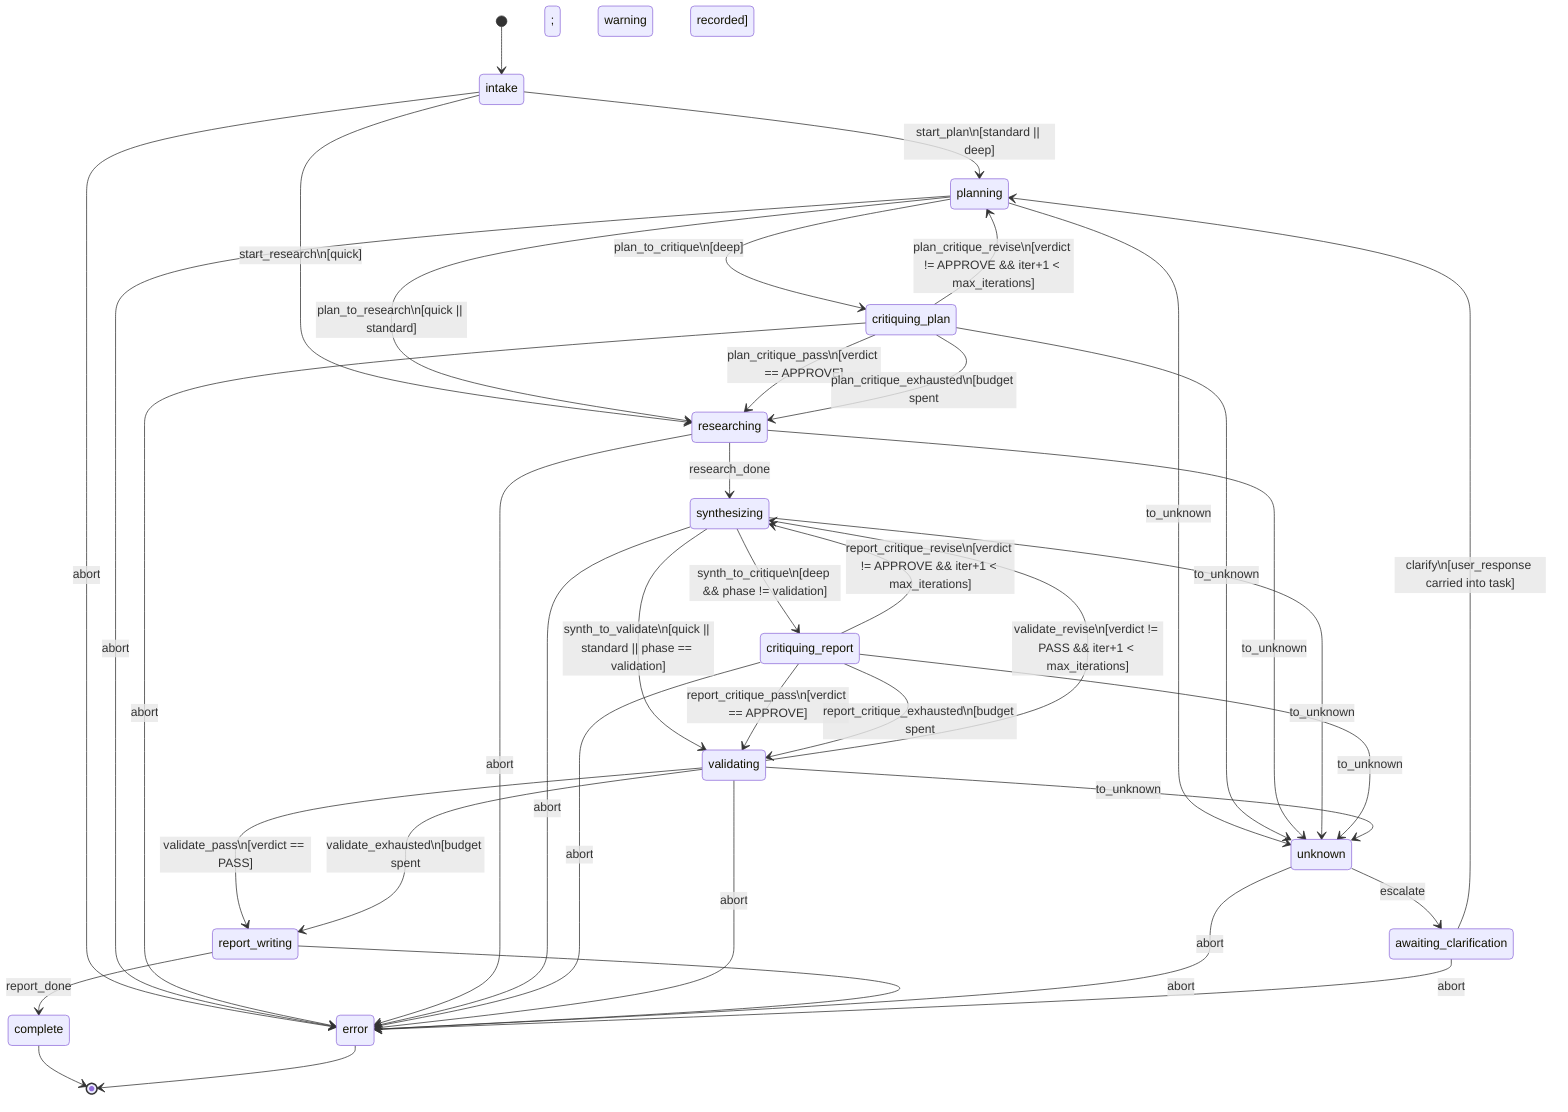
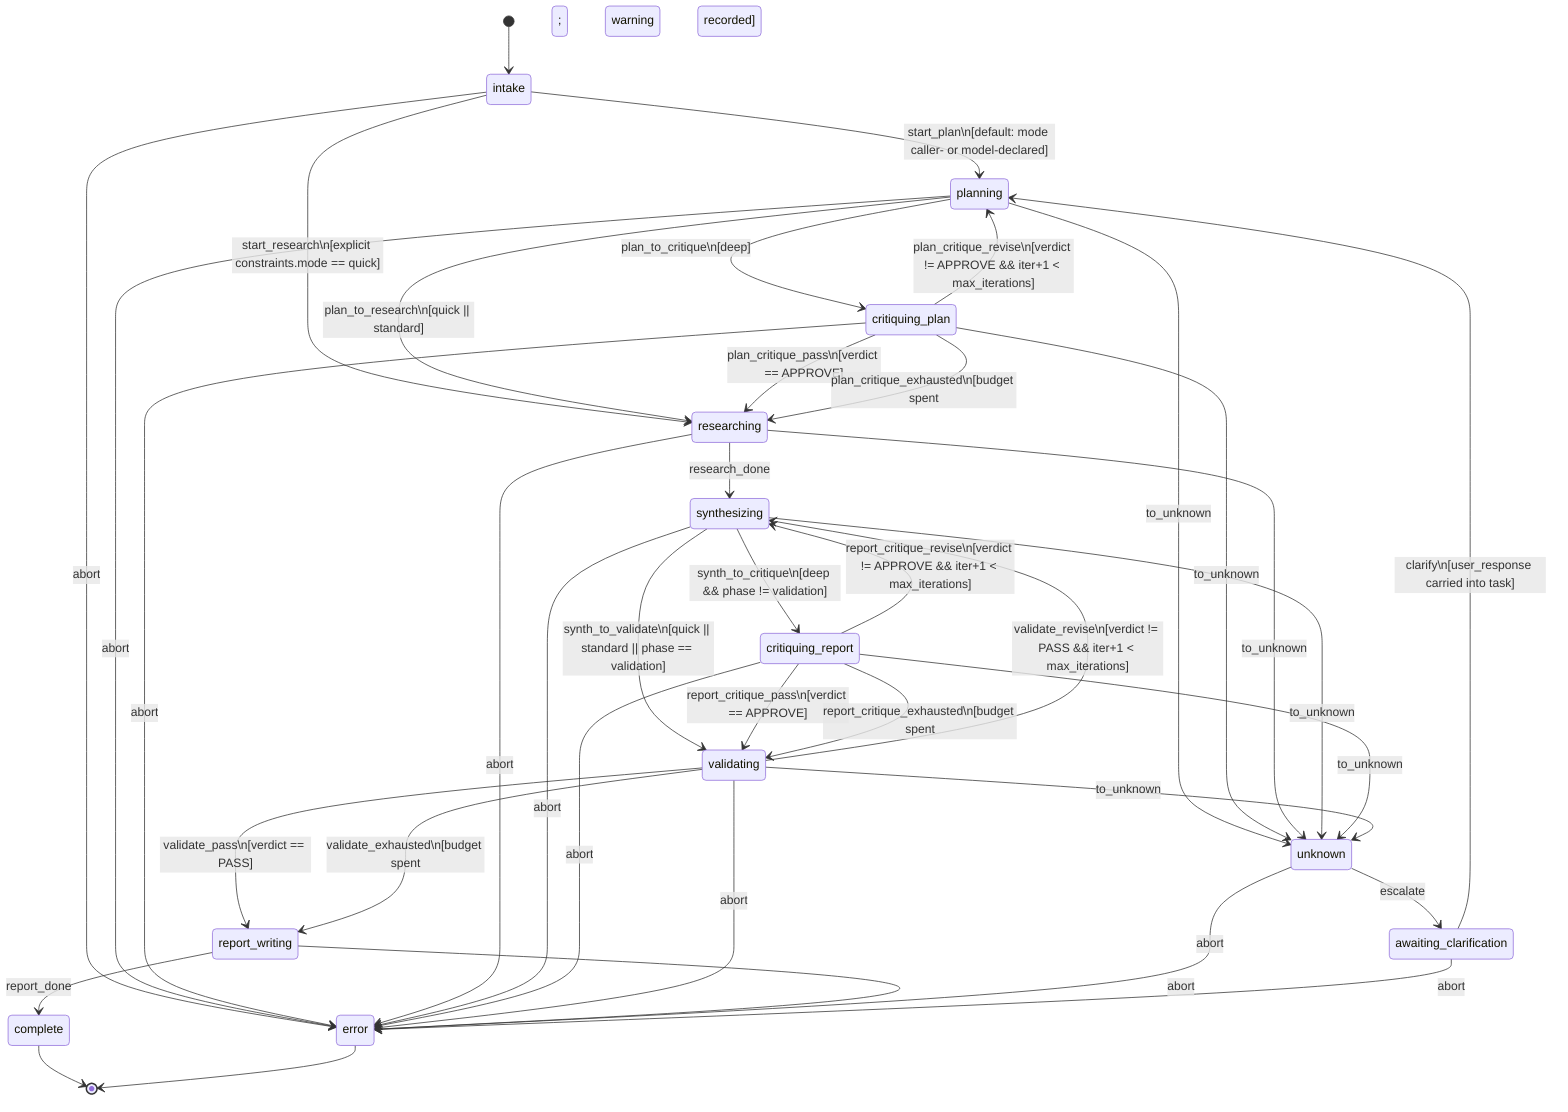
%% ============================================================================
%% research skill — FSM (edge-for-edge with ResearchPlaybook / ResearchMachine)
%% apps/orchestration/src/orchestration/playbooks/research.py
%% ============================================================================
- %% One machine serves all three modes (quick / standard / deep); the mode is
- %% detected at intake (detect_mode) or forced by constraints.mode and selects
- %% the edges. State lives in the durable SQLite checkpointer keyed by run_id.
+ %% One machine serves all three modes (quick / standard / deep). The mode is
+ %% caller-declared (constraints.mode) or MODEL-declared by piper in its plan
+ %% SUMMARY (the keyword detect_mode router was deleted); only an explicit caller
+ %% quick takes the single-agent fast-path. State lives in the durable SQLite
+ %% checkpointer keyed by run_id.
%%
%% READING NOTES:
%%   * Multiple guarded arrows from ONE state are MUTUALLY EXCLUSIVE (XOR).
%%   * [quick]/[standard]/[deep] on an edge = a mode guard.
%%   * Both critique loops AND the validation loop are BOUNDED by ctx.max_iterations;
%%     on exhaustion the run proceeds honestly with a recorded warning (never
%%     force-approves / never ships unverified claims as verified).
- %%   * researching is a SINGLE echo agent researching ALL sub-queries (no fan-out).
- %%   * validating (vera) is an independent, evidence-based citation-grounding gate
- %%     that runs in ALL modes before report_writing (distinct from carren's
- %%     subjective report critique); a FAIL loops back to synthesizing to re-ground.
+ %%   * researching is a DYNAMIC FAN (arrangement 4): route_after('planning') emits
+ %%     one read-only echo branch per sub-query into ctx.extras['dynamic_branches'],
+ %%     bounded by constraints.max_fan_width (default 8); the explicit-quick
+ %%     fast-path stays a single echo agent via the primitive fallback.
+ %%   * critiquing_* (carren) and validating (vera) are EVIDENCE-GATED (Rec 4): the
+ %%     contract rejects a verdict with no captured evidence.
+ %%   * validating (vera) is an independent citation-grounding gate that runs in ALL
+ %%     modes before report_writing; a FAIL loops back to synthesizing to re-ground.
%%   * to_unknown fires when progress_check returns a reason (needs_clarification,
%%     *_complete=false, a stalled critique, or a stalled validation); it is
%%     available only from the ESCALATABLE_STATES (report_writing does NOT escalate).
%% ============================================================================
stateDiagram-v2
    [*] --> intake

-     %% intake: initial_transition picks mode; empty goal raises (abort → error)
-     intake --> planning : start_plan\n[standard || deep]
-     intake --> researching : start_research\n[quick]
+     %% intake: caller mode or planning-for-model-to-declare; empty goal aborts.
+     intake --> planning : start_plan\n[default: mode caller- or model-declared]
+     intake --> researching : start_research\n[explicit constraints.mode == quick]

    %% planning (piper) — decompose into sub-queries; deep adds a critique gate
    planning --> critiquing_plan : plan_to_critique\n[deep]
    planning --> researching : plan_to_research\n[quick || standard]

    %% critiquing_plan (carren, deep only) — bounded revise loop
    critiquing_plan --> researching : plan_critique_pass\n[verdict == APPROVE]
    critiquing_plan --> planning : plan_critique_revise\n[verdict != APPROVE && iter+1 < max_iterations]
    critiquing_plan --> researching : plan_critique_exhausted\n[budget spent; warning recorded]

-     %% researching (echo, single agent, ALL sub-queries)
+     %% researching (echo DYNAMIC FAN: one branch per sub-query; single-agent on
+     %% the explicit-quick fast-path). Fan-in aggregates by weakest confidence.
    researching --> synthesizing : research_done

    %% synthesizing (synthia) — deep adds a report critique gate; all modes then
    %% pass through the validation gate (phase guard routes a re-synthesis back
    %% to vera rather than re-running the critique)
    synthesizing --> critiquing_report : synth_to_critique\n[deep && phase != validation]
    synthesizing --> validating : synth_to_validate\n[quick || standard || phase == validation]

    %% critiquing_report (carren, deep only) — bounded revise loop → validation gate
    critiquing_report --> validating : report_critique_pass\n[verdict == APPROVE]
    critiquing_report --> synthesizing : report_critique_revise\n[verdict != APPROVE && iter+1 < max_iterations]
    critiquing_report --> validating : report_critique_exhausted\n[budget spent; warning recorded]

    %% validating (vera, ALL modes) — independent citation-grounding; bounded loop
    validating --> report_writing : validate_pass\n[verdict == PASS]
    validating --> synthesizing : validate_revise\n[verdict != PASS && iter+1 < max_iterations]
    validating --> report_writing : validate_exhausted\n[budget spent; warning recorded]

    %% report_writing (skribble) — write report.md / sources.md / README.md
    report_writing --> complete : report_done

    complete --> [*]
    error --> [*]

    %% ── Escalation seam (single HITL) — to_unknown from ESCALATABLE_STATES only ──
    planning --> unknown : to_unknown
    critiquing_plan --> unknown : to_unknown
    researching --> unknown : to_unknown
    synthesizing --> unknown : to_unknown
    critiquing_report --> unknown : to_unknown
    validating --> unknown : to_unknown
    unknown --> awaiting_clarification : escalate
    awaiting_clarification --> planning : clarify\n[user_response carried into task]

    %% ── Abort seam (any non-final state → error) ──
    intake --> error : abort
    planning --> error : abort
    critiquing_plan --> error : abort
    researching --> error : abort
    synthesizing --> error : abort
    critiquing_report --> error : abort
    validating --> error : abort
    report_writing --> error : abort
    unknown --> error : abort
    awaiting_clarification --> error : abort
